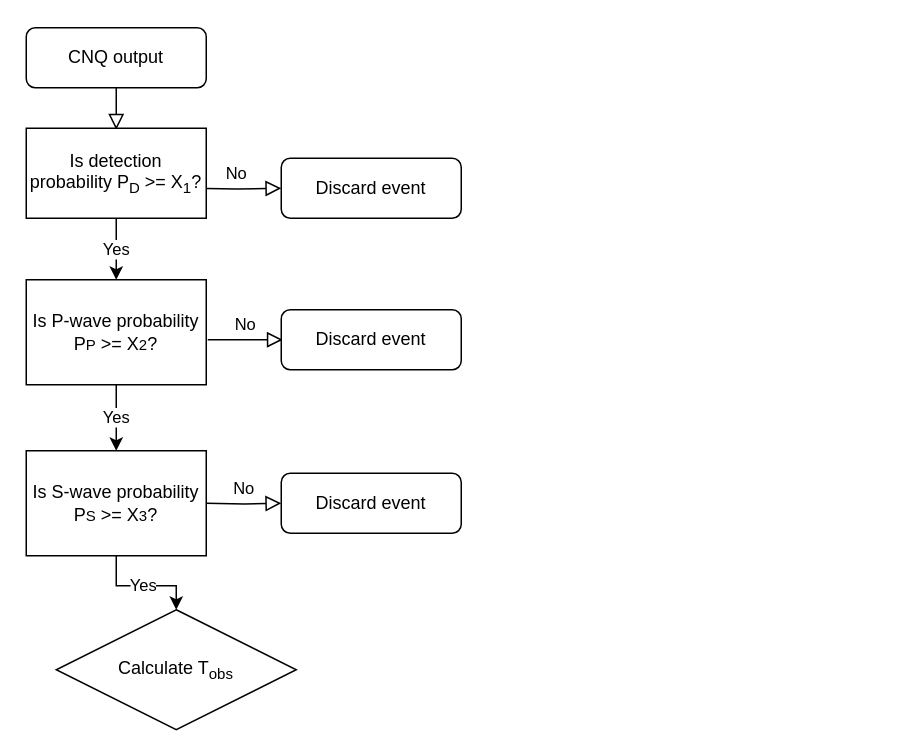
This is PYMC3/Diagrama sin título.drawio from TopoSeismologist/EQNeMix, a draw.io file, before an edit. Source tidied: cells renumbered, new cells numbered last; positions are measured from the earlier drawing's top-left corner, leaving out a move shared by most shapes. Both pictures are drawn from the tidied source at 150%, with x=0, y=0 at pixel (26, 27).
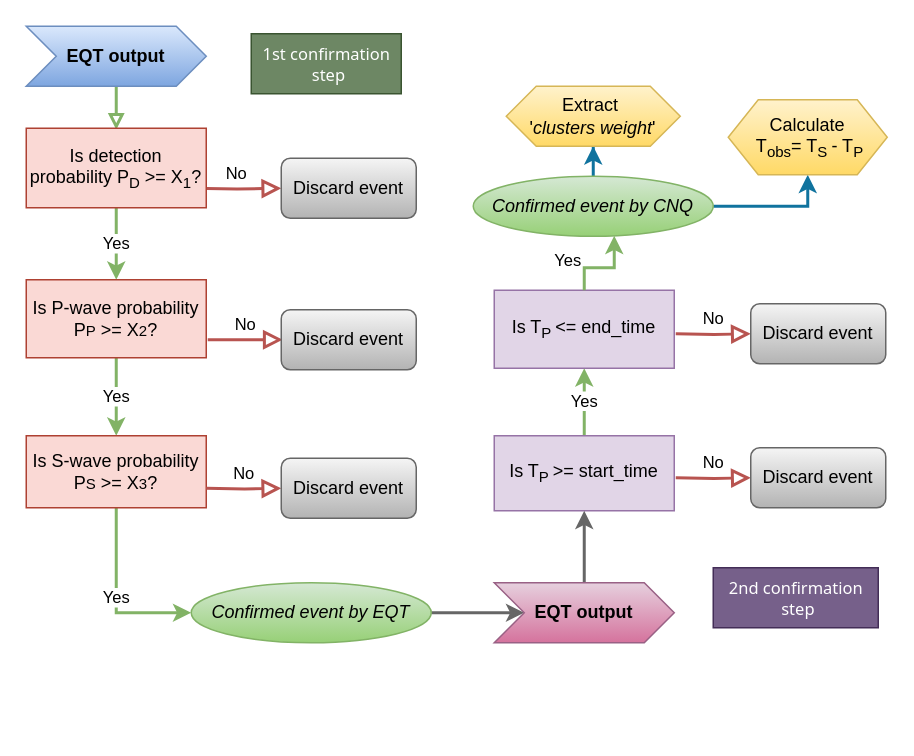
Above is the later version.

The edit, as a diff of the source:
```diff
@@
-    <mxCell id="2" style="rounded=0;html=1;jettySize=auto;orthogonalLoop=1;fontSize=11;endArrow=block;endFill=0;endSize=8;strokeWidth=1;shadow=0;labelBackgroundColor=none;edgeStyle=orthogonalEdgeStyle;" parent="1" edge="1">
+    <mxCell id="2" style="rounded=0;html=1;jettySize=auto;orthogonalLoop=1;fontSize=11;endArrow=block;endFill=0;strokeWidth=2;shadow=0;labelBackgroundColor=none;edgeStyle=orthogonalEdgeStyle;fillColor=#82B366;strokeColor=#82B366;" parent="1" edge="1">
       <mxGeometry relative="1" as="geometry">
         <mxPoint x="60" y="18" as="sourcePoint" />
         <mxPoint x="60" y="68" as="targetPoint" />
       </mxGeometry>
     </mxCell>
-    <mxCell id="3" value="CNQ output" style="rounded=1;whiteSpace=wrap;html=1;fontSize=12;glass=0;strokeWidth=1;shadow=0;" parent="1" vertex="1">
-      <mxGeometry width="120" height="40" as="geometry" />
-    </mxCell>
-    <mxCell id="4" value="No" style="edgeStyle=orthogonalEdgeStyle;rounded=0;html=1;jettySize=auto;fontSize=11;endArrow=block;endFill=0;endSize=8;strokeWidth=1;shadow=0;labelBackgroundColor=none;" parent="1" edge="1" target="5">
+    <mxCell id="4" value="No" style="edgeStyle=orthogonalEdgeStyle;rounded=0;html=1;jettySize=auto;fontSize=11;endArrow=block;endFill=0;endSize=8;strokeWidth=2;shadow=0;labelBackgroundColor=none;strokeColor=#b85450;fillColor=#f8cecc;gradientColor=#ea6b66;" parent="1" edge="1" target="5">
       <mxGeometry y="10" relative="1" as="geometry">
         <mxPoint x="110" y="107" as="sourcePoint" />
       </mxGeometry>
     </mxCell>
-    <mxCell id="5" value="Discard event" style="rounded=1;whiteSpace=wrap;html=1;fontSize=12;glass=0;strokeWidth=1;shadow=0;" parent="1" vertex="1">
-      <mxGeometry x="170" y="87" width="120" height="40" as="geometry" />
+    <mxCell id="5" value="Discard event" style="rounded=1;whiteSpace=wrap;html=1;fontSize=12;glass=0;strokeWidth=1;shadow=0;fillColor=#f5f5f5;gradientColor=#b3b3b3;strokeColor=#666666;" parent="1" vertex="1">
+      <mxGeometry x="170" y="87" width="90" height="40" as="geometry" />
     </mxCell>
-    <mxCell id="6" value="No" style="edgeStyle=orthogonalEdgeStyle;rounded=0;html=1;jettySize=auto;orthogonalLoop=1;fontSize=11;endArrow=block;endFill=0;endSize=8;strokeWidth=1;shadow=0;labelBackgroundColor=none;" parent="1" edge="1">
+    <mxCell id="6" value="No" style="edgeStyle=orthogonalEdgeStyle;rounded=0;html=1;jettySize=auto;orthogonalLoop=1;fontSize=11;endArrow=block;endFill=0;endSize=8;strokeWidth=2;shadow=0;labelBackgroundColor=none;fillColor=#f8cecc;gradientColor=#ea6b66;strokeColor=#b85450;" parent="1" edge="1">
       <mxGeometry y="10" relative="1" as="geometry">
         <mxPoint x="121" y="208" as="sourcePoint" />
         <mxPoint x="171" y="208" as="targetPoint" />
       </mxGeometry>
     </mxCell>
-    <mxCell id="7" value="Discard event" style="rounded=1;whiteSpace=wrap;html=1;fontSize=12;glass=0;strokeWidth=1;shadow=0;" parent="1" vertex="1">
-      <mxGeometry x="170" y="188" width="120" height="40" as="geometry" />
+    <mxCell id="7" value="Discard event" style="rounded=1;whiteSpace=wrap;html=1;fontSize=12;glass=0;strokeWidth=1;shadow=0;fillColor=#f5f5f5;gradientColor=#b3b3b3;strokeColor=#666666;" parent="1" vertex="1">
+      <mxGeometry x="170" y="188" width="90" height="40" as="geometry" />
     </mxCell>
-    <mxCell id="8" value="Yes" style="edgeStyle=orthogonalEdgeStyle;rounded=0;jettySize=auto;html=1;" parent="1" edge="1" source="9" target="11">
+    <mxCell id="8" value="Yes" style="edgeStyle=orthogonalEdgeStyle;rounded=0;jettySize=auto;html=1;fillColor=#d5e8d4;strokeColor=#82b366;strokeWidth=2;" parent="1" edge="1" source="9" target="11">
       <mxGeometry relative="1" as="geometry" />
     </mxCell>
-    <mxCell id="9" value="Is detection probability P&lt;sub&gt;D&lt;/sub&gt;&amp;nbsp;&amp;gt;= X&lt;sub&gt;1&lt;/sub&gt;?" style="shape=parallelogram;perimeter=parallelogramPerimeter;whiteSpace=wrap;html=1;fixedSize=1;size=-160;" parent="1" vertex="1">
-      <mxGeometry y="67" width="120" height="60" as="geometry" />
+    <mxCell id="9" value="Is detection probability P&lt;sub&gt;D&lt;/sub&gt;&amp;nbsp;&amp;gt;= X&lt;sub&gt;1&lt;/sub&gt;?" style="shape=parallelogram;perimeter=parallelogramPerimeter;whiteSpace=wrap;html=1;fixedSize=1;size=-160;fillColor=#fad9d5;strokeColor=#ae4132;" parent="1" vertex="1">
+      <mxGeometry y="67" width="120" height="53" as="geometry" />
     </mxCell>
-    <mxCell id="10" value="Yes" style="edgeStyle=orthogonalEdgeStyle;rounded=0;jettySize=auto;html=1;" parent="1" edge="1" source="11" target="13">
+    <mxCell id="10" value="Yes" style="edgeStyle=orthogonalEdgeStyle;rounded=0;jettySize=auto;html=1;fillColor=#d5e8d4;strokeColor=#82b366;strokeWidth=2;" parent="1" edge="1" source="11" target="13">
       <mxGeometry relative="1" as="geometry" />
     </mxCell>
-    <mxCell id="11" value="Is P-wave probability P&lt;span style=&quot;font-size: 10px;&quot;&gt;P&lt;/span&gt;&amp;nbsp;&amp;gt;= X&lt;span style=&quot;font-size: 10px;&quot;&gt;2&lt;/span&gt;?" style="shape=parallelogram;perimeter=parallelogramPerimeter;whiteSpace=wrap;html=1;fixedSize=1;size=-160;" parent="1" vertex="1">
-      <mxGeometry y="168" width="120" height="70" as="geometry" />
+    <mxCell id="11" value="Is P-wave probability P&lt;span style=&quot;font-size: 10px;&quot;&gt;P&lt;/span&gt;&amp;nbsp;&amp;gt;= X&lt;span style=&quot;font-size: 10px;&quot;&gt;2&lt;/span&gt;?" style="shape=parallelogram;perimeter=parallelogramPerimeter;whiteSpace=wrap;html=1;fixedSize=1;size=-160;fillColor=#fad9d5;strokeColor=#ae4132;" parent="1" vertex="1">
+      <mxGeometry y="168" width="120" height="52" as="geometry" />
     </mxCell>
-    <mxCell id="12" value="Yes" style="edgeStyle=orthogonalEdgeStyle;rounded=0;jettySize=auto;html=1;" parent="1" edge="1" source="13" target="16">
+    <mxCell id="12" value="Yes" style="edgeStyle=orthogonalEdgeStyle;rounded=0;jettySize=auto;html=1;fillColor=#d5e8d4;strokeColor=#82b366;strokeWidth=2;entryX=0;entryY=0.5;entryDx=0;entryDy=0;" parent="1" edge="1" source="13" target="29">
       <mxGeometry relative="1" as="geometry" />
     </mxCell>
-    <mxCell id="13" value="Is S-wave probability P&lt;span style=&quot;font-size: 10px;&quot;&gt;S&lt;/span&gt;&amp;nbsp;&amp;gt;= X&lt;span style=&quot;font-size: 10px;&quot;&gt;3&lt;/span&gt;?" style="shape=parallelogram;perimeter=parallelogramPerimeter;whiteSpace=wrap;html=1;fixedSize=1;size=-160;" parent="1" vertex="1">
-      <mxGeometry y="282" width="120" height="70" as="geometry" />
+    <mxCell id="13" value="Is S-wave probability P&lt;span style=&quot;font-size: 10px;&quot;&gt;S&lt;/span&gt;&amp;nbsp;&amp;gt;= X&lt;span style=&quot;font-size: 10px;&quot;&gt;3&lt;/span&gt;?" style="shape=parallelogram;perimeter=parallelogramPerimeter;whiteSpace=wrap;html=1;fixedSize=1;size=-160;fillColor=#fad9d5;strokeColor=#ae4132;" parent="1" vertex="1">
+      <mxGeometry y="272" width="120" height="48" as="geometry" />
     </mxCell>
-    <mxCell id="14" value="No" style="edgeStyle=orthogonalEdgeStyle;rounded=0;html=1;jettySize=auto;fontSize=11;endArrow=block;endFill=0;endSize=8;strokeWidth=1;shadow=0;labelBackgroundColor=none;" parent="1" edge="1" target="15">
+    <mxCell id="14" value="No" style="edgeStyle=orthogonalEdgeStyle;rounded=0;html=1;jettySize=auto;fontSize=11;endArrow=block;endFill=0;endSize=8;strokeWidth=2;shadow=0;labelBackgroundColor=none;fillColor=#f8cecc;gradientColor=#ea6b66;strokeColor=#b85450;" parent="1" edge="1" target="15">
       <mxGeometry y="10" relative="1" as="geometry">
-        <mxPoint x="120" y="317" as="sourcePoint" />
+        <mxPoint x="120" y="307" as="sourcePoint" />
       </mxGeometry>
     </mxCell>
-    <mxCell id="15" value="Discard event" style="rounded=1;whiteSpace=wrap;html=1;fontSize=12;glass=0;strokeWidth=1;shadow=0;" parent="1" vertex="1">
-      <mxGeometry x="170" y="297" width="120" height="40" as="geometry" />
+    <mxCell id="15" value="Discard event" style="rounded=1;whiteSpace=wrap;html=1;fontSize=12;glass=0;strokeWidth=1;shadow=0;fillColor=#f5f5f5;gradientColor=#b3b3b3;strokeColor=#666666;" parent="1" vertex="1">
+      <mxGeometry x="170" y="287" width="90" height="40" as="geometry" />
     </mxCell>
-    <mxCell id="16" value="Calculate T&lt;sub&gt;obs&lt;/sub&gt;" style="rhombus;whiteSpace=wrap;html=1;" parent="1" vertex="1">
-      <mxGeometry x="20" y="388" width="160" height="80" as="geometry" />
-    </mxCell>
+    <mxCell id="17" style="edgeStyle=orthogonalEdgeStyle;rounded=0;jettySize=auto;html=1;fillColor=#f5f5f5;gradientColor=#b3b3b3;strokeColor=#666666;strokeWidth=2;" parent="1" edge="1" source="29" target="22">
+      <mxGeometry relative="1" as="geometry" />
+    </mxCell>
+    <mxCell id="18" value="&lt;b&gt;EQT output&lt;/b&gt;" style="shape=step;perimeter=stepPerimeter;whiteSpace=wrap;html=1;fixedSize=1;fillColor=#dae8fc;strokeColor=#6c8ebf;gradientColor=#7ea6e0;" parent="1" vertex="1">
+      <mxGeometry y="-1" width="120" height="40" as="geometry" />
+    </mxCell>
+    <mxCell id="19" value="Yes" style="edgeStyle=orthogonalEdgeStyle;rounded=0;jettySize=auto;html=1;fillColor=#d5e8d4;gradientColor=#97d077;strokeColor=#82b366;strokeWidth=2;" parent="1" edge="1" source="20" target="23">
+      <mxGeometry relative="1" as="geometry" />
+    </mxCell>
+    <mxCell id="20" value="Is T&lt;sub&gt;P &lt;/sub&gt;&amp;gt;= start_time" style="whiteSpace=wrap;html=1;fillColor=#e1d5e7;strokeColor=#9673a6;" parent="1" vertex="1">
+      <mxGeometry x="312" y="272" width="120" height="50" as="geometry" />
+    </mxCell>
+    <mxCell id="21" style="edgeStyle=orthogonalEdgeStyle;rounded=0;jettySize=auto;html=1;fillColor=#f5f5f5;gradientColor=#b3b3b3;strokeColor=#666666;strokeWidth=2;" parent="1" edge="1" source="22" target="20">
+      <mxGeometry relative="1" as="geometry" />
+    </mxCell>
+    <mxCell id="22" value="&lt;b&gt;EQT output&lt;/b&gt;" style="shape=step;perimeter=stepPerimeter;whiteSpace=wrap;html=1;fixedSize=1;fillColor=#e6d0de;strokeColor=#996185;gradientColor=#d5739d;" parent="1" vertex="1">
+      <mxGeometry x="312" y="370" width="120" height="40" as="geometry" />
+    </mxCell>
+    <mxCell id="23" value="Is T&lt;sub&gt;P &lt;/sub&gt;&amp;lt;= end_time" style="whiteSpace=wrap;html=1;fillColor=#e1d5e7;strokeColor=#9673a6;" parent="1" vertex="1">
+      <mxGeometry x="312" y="175" width="120" height="52" as="geometry" />
+    </mxCell>
+    <mxCell id="24" value="No" style="edgeStyle=orthogonalEdgeStyle;rounded=0;html=1;jettySize=auto;fontSize=11;endArrow=block;endFill=0;endSize=8;strokeWidth=2;shadow=0;labelBackgroundColor=none;fillColor=#f8cecc;gradientColor=#ea6b66;strokeColor=#b85450;" parent="1" edge="1" target="25">
+      <mxGeometry y="10" relative="1" as="geometry">
+        <mxPoint x="433" y="300" as="sourcePoint" />
+      </mxGeometry>
+    </mxCell>
+    <mxCell id="25" value="Discard event" style="rounded=1;whiteSpace=wrap;html=1;fontSize=12;glass=0;strokeWidth=1;shadow=0;fillColor=#f5f5f5;gradientColor=#b3b3b3;strokeColor=#666666;" parent="1" vertex="1">
+      <mxGeometry x="483" y="280" width="90" height="40" as="geometry" />
+    </mxCell>
+    <mxCell id="26" value="No" style="edgeStyle=orthogonalEdgeStyle;rounded=0;html=1;jettySize=auto;fontSize=11;endArrow=block;endFill=0;endSize=8;strokeWidth=2;shadow=0;labelBackgroundColor=none;fillColor=#f8cecc;gradientColor=#ea6b66;strokeColor=#b85450;" parent="1" edge="1" target="27">
+      <mxGeometry y="10" relative="1" as="geometry">
+        <mxPoint x="433" y="204" as="sourcePoint" />
+      </mxGeometry>
+    </mxCell>
+    <mxCell id="27" value="Discard event" style="rounded=1;whiteSpace=wrap;html=1;fontSize=12;glass=0;strokeWidth=1;shadow=0;fillColor=#f5f5f5;gradientColor=#b3b3b3;strokeColor=#666666;" parent="1" vertex="1">
+      <mxGeometry x="483" y="184" width="90" height="40" as="geometry" />
+    </mxCell>
+    <mxCell id="28" style="edgeStyle=orthogonalEdgeStyle;rounded=0;jettySize=auto;html=1;fillColor=#d5e8d4;gradientColor=#97d077;strokeColor=#82b366;strokeWidth=2;" parent="1" edge="1" target="29">
+      <mxGeometry relative="1" as="geometry">
+        <mxPoint x="200" y="400" as="sourcePoint" />
+      </mxGeometry>
+    </mxCell>
+    <mxCell id="29" value="&lt;span style=&quot;font-style: italic;&quot;&gt;Confirmed event by EQT&lt;/span&gt;" style="ellipse;whiteSpace=wrap;html=1;fillColor=#d5e8d4;gradientColor=#97d077;strokeColor=#82b366;" parent="1" vertex="1">
+      <mxGeometry x="110" y="370" width="160" height="40" as="geometry" />
+    </mxCell>
+    <mxCell id="30" style="edgeStyle=orthogonalEdgeStyle;rounded=0;jettySize=auto;html=1;fillColor=#d5e8d4;gradientColor=#97d077;strokeColor=#82b366;strokeWidth=2;" parent="1" edge="1" source="23" target="34">
+      <mxGeometry relative="1" as="geometry">
+        <Array as="points">
+          <mxPoint x="372" y="160" />
+          <mxPoint x="392" y="160" />
+        </Array>
+      </mxGeometry>
+    </mxCell>
+    <mxCell id="31" value="Yes" style="edgeLabel;html=1;align=center;verticalAlign=middle;" parent="30" vertex="1">
+      <mxGeometry x="0.45" y="-1" relative="1" as="geometry">
+        <mxPoint x="-33" as="offset" />
+      </mxGeometry>
+    </mxCell>
+    <mxCell id="32" style="edgeStyle=orthogonalEdgeStyle;rounded=0;jettySize=auto;html=1;fillColor=#b1ddf0;strokeColor=#10739e;strokeWidth=2;" parent="1" edge="1" source="34" target="37">
+      <mxGeometry relative="1" as="geometry" />
+    </mxCell>
+    <mxCell id="33" style="edgeStyle=orthogonalEdgeStyle;rounded=0;jettySize=auto;html=1;fillColor=#b1ddf0;strokeColor=#10739e;strokeWidth=2;" parent="1" edge="1" source="34" target="38">
+      <mxGeometry relative="1" as="geometry" />
+    </mxCell>
+    <mxCell id="34" value="&lt;span style=&quot;font-style: italic;&quot;&gt;Confirmed event by CNQ&lt;/span&gt;" style="ellipse;whiteSpace=wrap;html=1;fillColor=#d5e8d4;gradientColor=#97d077;strokeColor=#82b366;" parent="1" vertex="1">
+      <mxGeometry x="298" y="99" width="160" height="40" as="geometry" />
+    </mxCell>
+    <mxCell id="35" value="1st confirmation&lt;div style=&quot;font-size: 11px;&quot;&gt;&amp;nbsp;step&lt;/div&gt;" style="text;html=1;align=center;verticalAlign=middle;strokeColor=#3A5431;fillColor=#6d8764;fontColor=#ffffff;fontStyle=0;fontFamily=Tahoma;fontSize=11;" parent="1" vertex="1">
+      <mxGeometry x="150" y="4" width="100" height="40" as="geometry" />
+    </mxCell>
+    <mxCell id="36" value="2nd confirmation&lt;div style=&quot;font-size: 11px;&quot;&gt;&amp;nbsp;step&lt;/div&gt;" style="text;html=1;align=center;verticalAlign=middle;strokeColor=#432D57;fillColor=#76608a;fontColor=#ffffff;fontStyle=0;fontFamily=Tahoma;fontSize=11;" parent="1" vertex="1">
+      <mxGeometry x="458" y="360" width="110" height="40" as="geometry" />
+    </mxCell>
+    <mxCell id="37" value="&lt;span style=&quot;&quot;&gt;Calculate&lt;/span&gt;&lt;div style=&quot;&quot;&gt;&amp;nbsp;T&lt;sub&gt;obs&lt;/sub&gt;= T&lt;sub&gt;S&amp;nbsp;&lt;/sub&gt;- T&lt;sub&gt;P&lt;/sub&gt;&lt;/div&gt;" style="shape=hexagon;perimeter=hexagonPerimeter2;whiteSpace=wrap;html=1;fixedSize=1;fillColor=#fff2cc;strokeColor=#d6b656;gradientColor=#ffd966;fontColor=default;" parent="1" vertex="1">
+      <mxGeometry x="468" y="48" width="106" height="50" as="geometry" />
+    </mxCell>
+    <mxCell id="38" value="Extract&amp;nbsp;&lt;div&gt;'&lt;i&gt;clusters weight&lt;/i&gt;'&lt;/div&gt;" style="shape=hexagon;perimeter=hexagonPerimeter2;whiteSpace=wrap;html=1;fixedSize=1;fillColor=#fff2cc;strokeColor=#d6b656;fillStyle=solid;fontStyle=0;gradientColor=#ffd966;" parent="1" vertex="1">
+      <mxGeometry x="320" y="39" width="116" height="40" as="geometry" />
+    </mxCell>
```
